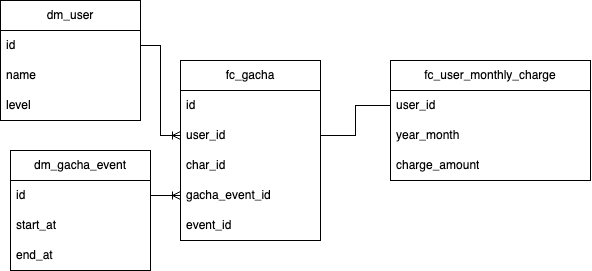
This is docs/dbt-gacha02.drawio.png from MokkeMeguru/dbt-challenge, a draw.io export, as it was before one commit. Source tidied: cells renumbered, new cells last; positions are measured from the earlier drawing's top-left corner, leaving out a move shared by most shapes. The source it was exported from:
```xml
<mxGraphModel>
  <root>
    <mxCell id="0" />
    <mxCell id="1" parent="0" />
    <mxCell id="2" value="fc_gacha" style="swimlane;fontStyle=0;horizontal=1;startSize=30;whiteSpace=wrap;html=1;" parent="1" vertex="1">
      <mxGeometry x="180" y="60" width="140" height="180" as="geometry" />
    </mxCell>
    <mxCell id="3" value="id" style="text;strokeColor=none;fillColor=none;align=left;verticalAlign=middle;spacingLeft=4;spacingRight=4;overflow=hidden;whiteSpace=wrap;html=1;" parent="2" vertex="1">
      <mxGeometry y="30" width="140" height="30" as="geometry" />
    </mxCell>
    <mxCell id="4" value="user_id" style="text;strokeColor=none;fillColor=none;align=left;verticalAlign=middle;spacingLeft=4;spacingRight=4;overflow=hidden;points=[[0,0.5],[1,0.5]];portConstraint=eastwest;whiteSpace=wrap;html=1;" parent="2" vertex="1">
      <mxGeometry y="60" width="140" height="30" as="geometry" />
    </mxCell>
    <mxCell id="5" value="char_id" style="text;strokeColor=none;fillColor=none;align=left;verticalAlign=middle;spacingLeft=4;spacingRight=4;overflow=hidden;whiteSpace=wrap;html=1;" parent="2" vertex="1">
      <mxGeometry y="90" width="140" height="30" as="geometry" />
    </mxCell>
    <mxCell id="6" value="gacha_event_id" style="text;strokeColor=none;fillColor=none;align=left;verticalAlign=middle;spacingLeft=4;spacingRight=4;overflow=hidden;points=[[0,0.5],[1,0.5]];portConstraint=eastwest;whiteSpace=wrap;html=1;" parent="2" vertex="1">
      <mxGeometry y="120" width="140" height="30" as="geometry" />
    </mxCell>
    <mxCell id="7" value="event_id" style="text;strokeColor=none;fillColor=none;align=left;verticalAlign=middle;spacingLeft=4;spacingRight=4;overflow=hidden;whiteSpace=wrap;html=1;" parent="2" vertex="1">
      <mxGeometry y="150" width="140" height="30" as="geometry" />
    </mxCell>
    <mxCell id="8" value="fc_user_monthly_charge" style="swimlane;fontStyle=0;horizontal=1;startSize=30;whiteSpace=wrap;html=1;" parent="1" vertex="1">
      <mxGeometry x="390" y="60" width="200" height="120" as="geometry" />
    </mxCell>
    <mxCell id="9" value="user_id" style="text;strokeColor=none;fillColor=none;align=left;verticalAlign=middle;spacingLeft=4;spacingRight=4;overflow=hidden;points=[[0,0.5],[1,0.5]];portConstraint=eastwest;whiteSpace=wrap;html=1;" parent="8" vertex="1">
      <mxGeometry y="30" width="200" height="30" as="geometry" />
    </mxCell>
    <mxCell id="10" value="year_month" style="text;strokeColor=none;fillColor=none;align=left;verticalAlign=middle;spacingLeft=4;spacingRight=4;overflow=hidden;whiteSpace=wrap;html=1;" parent="8" vertex="1">
      <mxGeometry y="60" width="200" height="30" as="geometry" />
    </mxCell>
    <mxCell id="11" value="charge_amount" style="text;strokeColor=none;fillColor=none;align=left;verticalAlign=middle;spacingLeft=4;spacingRight=4;overflow=hidden;whiteSpace=wrap;html=1;" parent="8" vertex="1">
      <mxGeometry y="90" width="200" height="30" as="geometry" />
    </mxCell>
    <mxCell id="12" style="edgeStyle=orthogonalEdgeStyle;rounded=0;jettySize=auto;html=1;exitX=1;exitY=0.5;exitDx=0;exitDy=0;entryX=0;entryY=0.5;entryDx=0;entryDy=0;endArrow=none;endFill=0;" parent="1" edge="1" source="4" target="9">
      <mxGeometry relative="1" as="geometry" />
    </mxCell>
    <mxCell id="13" value="dm_gacha_event" style="swimlane;fontStyle=0;horizontal=1;startSize=30;whiteSpace=wrap;html=1;" parent="1" vertex="1">
      <mxGeometry x="10" y="150" width="140" height="120" as="geometry" />
    </mxCell>
    <mxCell id="14" value="id" style="text;strokeColor=none;fillColor=none;align=left;verticalAlign=middle;spacingLeft=4;spacingRight=4;overflow=hidden;points=[[0,0.5],[1,0.5]];portConstraint=eastwest;whiteSpace=wrap;html=1;" parent="13" vertex="1">
      <mxGeometry y="30" width="140" height="30" as="geometry" />
    </mxCell>
    <mxCell id="15" value="start_at" style="text;strokeColor=none;fillColor=none;align=left;verticalAlign=middle;spacingLeft=4;spacingRight=4;overflow=hidden;whiteSpace=wrap;html=1;" parent="13" vertex="1">
      <mxGeometry y="60" width="140" height="30" as="geometry" />
    </mxCell>
    <mxCell id="16" value="end_at" style="text;strokeColor=none;fillColor=none;align=left;verticalAlign=middle;spacingLeft=4;spacingRight=4;overflow=hidden;whiteSpace=wrap;html=1;" parent="13" vertex="1">
      <mxGeometry y="90" width="140" height="30" as="geometry" />
    </mxCell>
    <mxCell id="17" style="edgeStyle=orthogonalEdgeStyle;rounded=0;jettySize=auto;html=1;exitX=1;exitY=0.5;exitDx=0;exitDy=0;entryX=0;entryY=0.5;entryDx=0;entryDy=0;endArrow=ERoneToMany;endFill=0;" parent="1" edge="1" source="14" target="6">
      <mxGeometry relative="1" as="geometry" />
    </mxCell>
    <mxCell id="18" value="dm_user" style="swimlane;fontStyle=0;horizontal=1;startSize=30;whiteSpace=wrap;html=1;" parent="1" vertex="1">
      <mxGeometry width="140" height="120" as="geometry" />
    </mxCell>
    <mxCell id="19" value="id" style="text;strokeColor=none;fillColor=none;align=left;verticalAlign=middle;spacingLeft=4;spacingRight=4;overflow=hidden;points=[[0,0.5],[1,0.5]];portConstraint=eastwest;whiteSpace=wrap;html=1;" parent="18" vertex="1">
      <mxGeometry y="30" width="140" height="30" as="geometry" />
    </mxCell>
    <mxCell id="20" value="name" style="text;strokeColor=none;fillColor=none;align=left;verticalAlign=middle;spacingLeft=4;spacingRight=4;overflow=hidden;whiteSpace=wrap;html=1;" parent="18" vertex="1">
      <mxGeometry y="60" width="140" height="30" as="geometry" />
    </mxCell>
    <mxCell id="21" value="level" style="text;strokeColor=none;fillColor=none;align=left;verticalAlign=middle;spacingLeft=4;spacingRight=4;overflow=hidden;whiteSpace=wrap;html=1;" parent="18" vertex="1">
      <mxGeometry y="90" width="140" height="30" as="geometry" />
    </mxCell>
    <mxCell id="22" style="edgeStyle=orthogonalEdgeStyle;rounded=0;jettySize=auto;html=1;exitX=1;exitY=0.5;exitDx=0;exitDy=0;entryX=0;entryY=0.5;entryDx=0;entryDy=0;endArrow=ERoneToMany;endFill=0;" parent="1" edge="1" source="19" target="4">
      <mxGeometry relative="1" as="geometry" />
    </mxCell>
  </root>
</mxGraphModel>
```
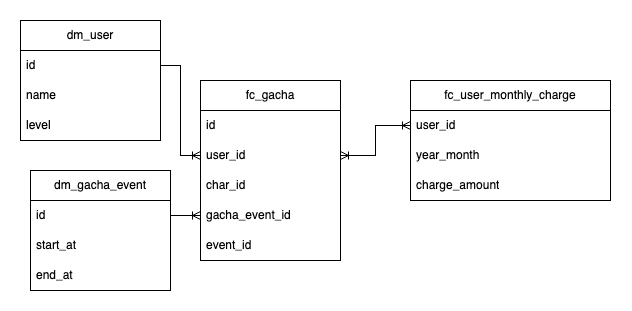
Above is the later version.

Commit message:
dbt-gacha02.drawio.png を追加しました。

Diff of the diagram source:
```diff
@@ -32,7 +32,7 @@
     <mxCell id="11" value="charge_amount" style="text;strokeColor=none;fillColor=none;align=left;verticalAlign=middle;spacingLeft=4;spacingRight=4;overflow=hidden;whiteSpace=wrap;html=1;" parent="8" vertex="1">
       <mxGeometry y="90" width="200" height="30" as="geometry" />
     </mxCell>
-    <mxCell id="12" style="edgeStyle=orthogonalEdgeStyle;rounded=0;jettySize=auto;html=1;exitX=1;exitY=0.5;exitDx=0;exitDy=0;entryX=0;entryY=0.5;entryDx=0;entryDy=0;endArrow=none;endFill=0;" parent="1" edge="1" source="4" target="9">
+    <mxCell id="12" style="edgeStyle=orthogonalEdgeStyle;rounded=0;jettySize=auto;html=1;exitX=1;exitY=0.5;exitDx=0;exitDy=0;entryX=0;entryY=0.5;entryDx=0;entryDy=0;endArrow=ERoneToMany;endFill=0;startArrow=ERoneToMany;startFill=0;" parent="1" edge="1" source="4" target="9">
       <mxGeometry relative="1" as="geometry" />
     </mxCell>
     <mxCell id="13" value="dm_gacha_event" style="swimlane;fontStyle=0;horizontal=1;startSize=30;whiteSpace=wrap;html=1;" parent="1" vertex="1">
```
